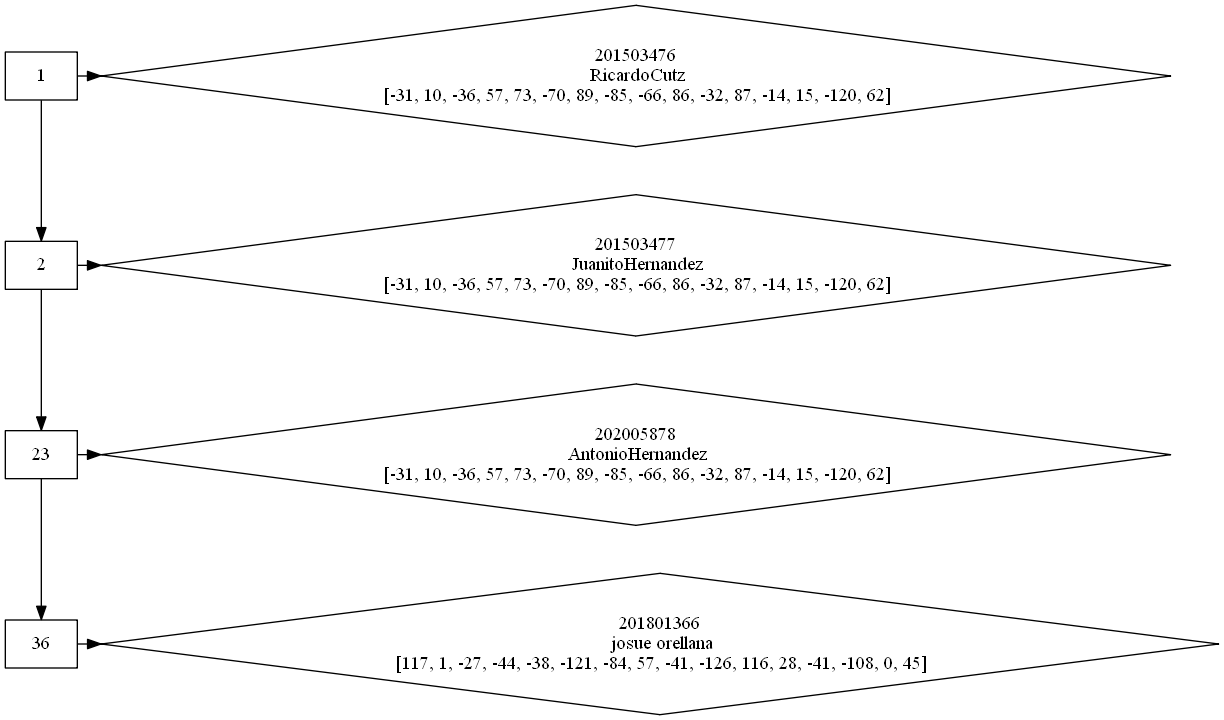
Before: Graphics/HashTable.png, a diagram exported from Graphviz (Guillermo-O-C/EDD_1S20200_PY2_201801366). Its source is kept beside it as TextFiles/HashTable.dot.
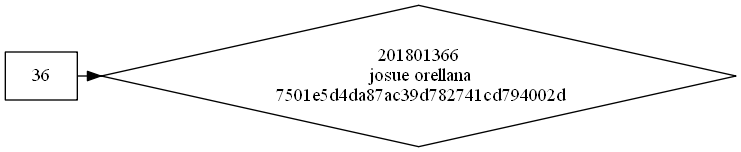
After the change.

Diff of the diagram source:
```diff
@@ -1,12 +1,6 @@
 digraph G {
  node[shape=diamond]
-Slot_1->Slot_2->Slot_23->Slot_36;Slot_1->201503476[constraint=true];
-Slot_2->201503477[constraint=true];
-Slot_23->202005878[constraint=true];
-Slot_36->201801366[constraint=true];
-{rank=same Slot_1 201503476}
-{rank=same Slot_2 201503477}
-{rank=same Slot_23 202005878}
+Slot_36;Slot_36->201801366[constraint=true];
 {rank=same Slot_36 201801366}
-Slot_1[label="1" shape=box];201503476[label="201503476\n RicardoCutz\n [-31, 10, -36, 57, 73, -70, 89, -85, -66, 86, -32, 87, -14, 15, -120, 62]"]Slot_2[label="2" shape=box];201503477[label="201503477\n JuanitoHernandez\n [-31, 10, -36, 57, 73, -70, 89, -85, -66, 86, -32, 87, -14, 15, -120, 62]"]Slot_23[label="23" shape=box];202005878[label="202005878\n AntonioHernandez\n [-31, 10, -36, 57, 73, -70, 89, -85, -66, 86, -32, 87, -14, 15, -120, 62]"]Slot_36[label="36" shape=box];201801366[label="201801366\n josue orellana\n [117, 1, -27, -44, -38, -121, -84, 57, -41, -126, 116, 28, -41, -108, 0, 45]"]
+Slot_36[label="36" shape=box];201801366[label="201801366\n josue orellana\n 7501e5d4da87ac39d782741cd794002d"]
 }}
```
